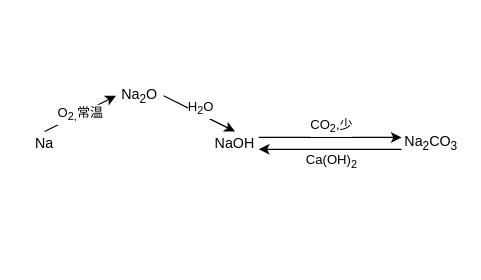
Before: drawio/Na.drawio in yang-zhongtian/11, a draw.io diagram. Source tidied: cells renumbered, new cells numbered last; positions are measured from the earlier drawing's top-left corner, leaving out a move shared by most shapes. Both pictures are drawn from the tidied source at 119%, with x=0, y=0 at pixel (20, 83).
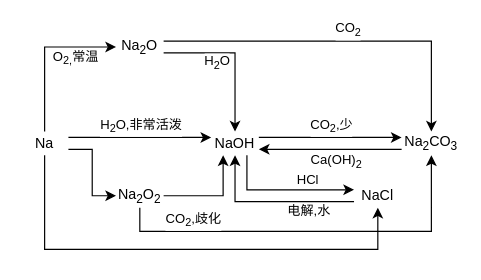
Above is the later version.

Unchanged cells that the change refers to:
```xml
<mxCell id="4" value="Na" style="text;html=1;strokeColor=none;fillColor=none;align=center;verticalAlign=middle;whiteSpace=wrap;rounded=0;" parent="1" vertex="1">
  <mxGeometry y="40" width="40" height="20" as="geometry" />
</mxCell>
<mxCell id="10" value="NaOH" style="text;html=1;strokeColor=none;fillColor=none;align=center;verticalAlign=middle;whiteSpace=wrap;rounded=0;" parent="1" vertex="1">
  <mxGeometry x="160" y="40" width="40" height="20" as="geometry" />
</mxCell>
<mxCell id="11" style="edgeStyle=none;rounded=0;jettySize=auto;html=1;exitX=0;exitY=0.75;exitDx=0;exitDy=0;entryX=1;entryY=0.75;entryDx=0;entryDy=0;" parent="1" edge="1" source="13" target="10">
  <mxGeometry relative="1" as="geometry" />
</mxCell>
<mxCell id="13" value="Na&lt;sub&gt;2&lt;/sub&gt;CO&lt;sub&gt;3&lt;/sub&gt;" style="text;html=1;strokeColor=none;fillColor=none;align=center;verticalAlign=middle;whiteSpace=wrap;rounded=0;" parent="1" vertex="1">
  <mxGeometry x="320" y="40" width="50" height="20" as="geometry" />
</mxCell>
```

The edit, as a diff of the source:
```diff
@@
-    <mxCell id="2" style="jettySize=auto;html=1;exitX=0.5;exitY=0;exitDx=0;exitDy=0;entryX=0;entryY=0.5;entryDx=0;entryDy=0;rounded=0;" parent="1" edge="1" source="4" target="7">
+    <mxCell id="2" style="jettySize=auto;html=1;exitX=0.5;exitY=0;exitDx=0;exitDy=0;entryX=0;entryY=0.5;entryDx=0;entryDy=0;rounded=0;edgeStyle=orthogonalEdgeStyle;" parent="1" edge="1" source="4" target="7">
       <mxGeometry relative="1" as="geometry" />
     </mxCell>
     <mxCell id="3" value="O&lt;sub&gt;2,&lt;/sub&gt;常温" style="edgeLabel;html=1;align=center;verticalAlign=middle;" parent="2" vertex="1">
       <mxGeometry x="-0.01" y="3" relative="1" as="geometry">
-        <mxPoint x="1.5" y="3" as="offset" />
+        <mxPoint x="28" y="3.8" as="offset" />
       </mxGeometry>
     </mxCell>
+    <mxCell id="14" style="edgeStyle=orthogonalEdgeStyle;rounded=0;jettySize=auto;html=1;entryX=0;entryY=0.25;entryDx=0;entryDy=0;exitX=1;exitY=0.25;exitDx=0;exitDy=0;" parent="1" edge="1" source="4" target="10">
+      <mxGeometry relative="1" as="geometry" />
+    </mxCell>
+    <mxCell id="15" value="H&lt;sub&gt;2&lt;/sub&gt;O,非常活泼" style="edgeLabel;html=1;align=center;verticalAlign=middle;" parent="14" vertex="1">
+      <mxGeometry x="-0.17" y="-1" relative="1" as="geometry">
+        <mxPoint x="10" y="-11" as="offset" />
+      </mxGeometry>
+    </mxCell>
+    <mxCell id="16" style="edgeStyle=orthogonalEdgeStyle;rounded=0;jettySize=auto;html=1;exitX=1;exitY=0.75;exitDx=0;exitDy=0;entryX=0;entryY=0.5;entryDx=0;entryDy=0;" parent="1" edge="1" source="4" target="25">
+      <mxGeometry relative="1" as="geometry" />
+    </mxCell>
+    <mxCell id="17" style="edgeStyle=orthogonalEdgeStyle;rounded=0;jettySize=auto;html=1;entryX=0.5;entryY=1;entryDx=0;entryDy=0;" parent="1" edge="1" source="4" target="28">
+      <mxGeometry relative="1" as="geometry">
+        <Array as="points">
+          <mxPoint x="20" y="139" />
+          <mxPoint x="300" y="139" />
+        </Array>
+      </mxGeometry>
+    </mxCell>
@@
-    <mxCell id="5" style="edgeStyle=none;rounded=0;jettySize=auto;html=1;exitX=1;exitY=0.5;exitDx=0;exitDy=0;entryX=0.5;entryY=0;entryDx=0;entryDy=0;" parent="1" edge="1" source="7" target="10">
+    <mxCell id="5" style="edgeStyle=orthogonalEdgeStyle;rounded=0;jettySize=auto;html=1;exitX=1;exitY=0.75;exitDx=0;exitDy=0;entryX=0.5;entryY=0;entryDx=0;entryDy=0;" parent="1" edge="1" source="7" target="10">
       <mxGeometry relative="1" as="geometry" />
     </mxCell>
     <mxCell id="6" value="H&lt;sub&gt;2&lt;/sub&gt;O" style="edgeLabel;html=1;align=center;verticalAlign=middle;" parent="5" vertex="1">
       <mxGeometry x="-0.4" y="-1" relative="1" as="geometry">
-        <mxPoint x="12.6" y="0.2" as="offset" />
+        <mxPoint x="6.6" y="7.2" as="offset" />
       </mxGeometry>
     </mxCell>
+    <mxCell id="18" style="rounded=0;jettySize=auto;html=1;exitX=1;exitY=0.25;exitDx=0;exitDy=0;entryX=0.5;entryY=0;entryDx=0;entryDy=0;edgeStyle=orthogonalEdgeStyle;" parent="1" edge="1" source="7" target="13">
+      <mxGeometry relative="1" as="geometry" />
+    </mxCell>
+    <mxCell id="19" value="CO&lt;sub&gt;2&lt;/sub&gt;" style="edgeLabel;html=1;align=center;verticalAlign=middle;" parent="18" vertex="1">
+      <mxGeometry x="0.02" y="1" relative="1" as="geometry">
+        <mxPoint y="-9" as="offset" />
+      </mxGeometry>
+    </mxCell>
     <mxCell id="7" value="Na&lt;sub&gt;2&lt;/sub&gt;O" style="text;html=1;strokeColor=none;fillColor=none;align=center;verticalAlign=middle;whiteSpace=wrap;rounded=0;" parent="1" vertex="1">
-      <mxGeometry x="80" width="40" height="20" as="geometry" />
+      <mxGeometry x="80" y="-41" width="40" height="20" as="geometry" />
     </mxCell>
@@
+    <mxCell id="20" style="edgeStyle=orthogonalEdgeStyle;rounded=0;jettySize=auto;html=1;exitX=0.75;exitY=1;exitDx=0;exitDy=0;entryX=0;entryY=0.25;entryDx=0;entryDy=0;" parent="1" edge="1" source="10" target="28">
+      <mxGeometry relative="1" as="geometry" />
+    </mxCell>
+    <mxCell id="21" value="HCl" style="edgeLabel;html=1;align=center;verticalAlign=middle;" parent="20" vertex="1">
+      <mxGeometry x="-0.11" y="1" relative="1" as="geometry">
+        <mxPoint x="26.8" y="-8" as="offset" />
+      </mxGeometry>
+    </mxCell>
@@
     <mxCell id="12" value="Ca(OH)&lt;sub&gt;2&lt;/sub&gt;" style="edgeLabel;html=1;align=center;verticalAlign=middle;" parent="11" vertex="1">
       <mxGeometry x="0.19" y="1" relative="1" as="geometry">
-        <mxPoint x="11.7" y="9" as="offset" />
+        <mxPoint x="15.7" y="9" as="offset" />
       </mxGeometry>
     </mxCell>
@@
+    <mxCell id="22" style="edgeStyle=orthogonalEdgeStyle;rounded=0;jettySize=auto;html=1;exitX=1;exitY=0.5;exitDx=0;exitDy=0;entryX=0.25;entryY=1;entryDx=0;entryDy=0;" parent="1" edge="1" source="25" target="10">
+      <mxGeometry relative="1" as="geometry" />
+    </mxCell>
+    <mxCell id="23" style="edgeStyle=orthogonalEdgeStyle;rounded=0;jettySize=auto;html=1;exitX=0.5;exitY=1;exitDx=0;exitDy=0;entryX=0.5;entryY=1;entryDx=0;entryDy=0;" parent="1" edge="1" source="25" target="13">
+      <mxGeometry relative="1" as="geometry" />
+    </mxCell>
+    <mxCell id="24" value="CO&lt;sub&gt;2&lt;/sub&gt;,歧化" style="edgeLabel;html=1;align=center;verticalAlign=middle;" parent="23" vertex="1">
+      <mxGeometry x="-0.68" y="-1" relative="1" as="geometry">
+        <mxPoint x="11.4" y="-11" as="offset" />
+      </mxGeometry>
+    </mxCell>
+    <mxCell id="25" value="Na&lt;sub&gt;2&lt;/sub&gt;O&lt;sub&gt;2&lt;/sub&gt;" style="text;html=1;strokeColor=none;fillColor=none;align=center;verticalAlign=middle;whiteSpace=wrap;rounded=0;" parent="1" vertex="1">
+      <mxGeometry x="80" y="84" width="40" height="20" as="geometry" />
+    </mxCell>
+    <mxCell id="26" style="edgeStyle=orthogonalEdgeStyle;rounded=0;jettySize=auto;html=1;exitX=0;exitY=0.75;exitDx=0;exitDy=0;entryX=0.5;entryY=1;entryDx=0;entryDy=0;" parent="1" edge="1" source="28" target="10">
+      <mxGeometry relative="1" as="geometry" />
+    </mxCell>
+    <mxCell id="27" value="电解,水" style="edgeLabel;html=1;align=center;verticalAlign=middle;" parent="26" vertex="1">
+      <mxGeometry x="0.12" y="-1" relative="1" as="geometry">
+        <mxPoint x="39.3" y="8" as="offset" />
+      </mxGeometry>
+    </mxCell>
+    <mxCell id="28" value="NaCl" style="text;html=1;strokeColor=none;fillColor=none;align=center;verticalAlign=middle;whiteSpace=wrap;rounded=0;" parent="1" vertex="1">
+      <mxGeometry x="280" y="84" width="40" height="20" as="geometry" />
+    </mxCell>
```
